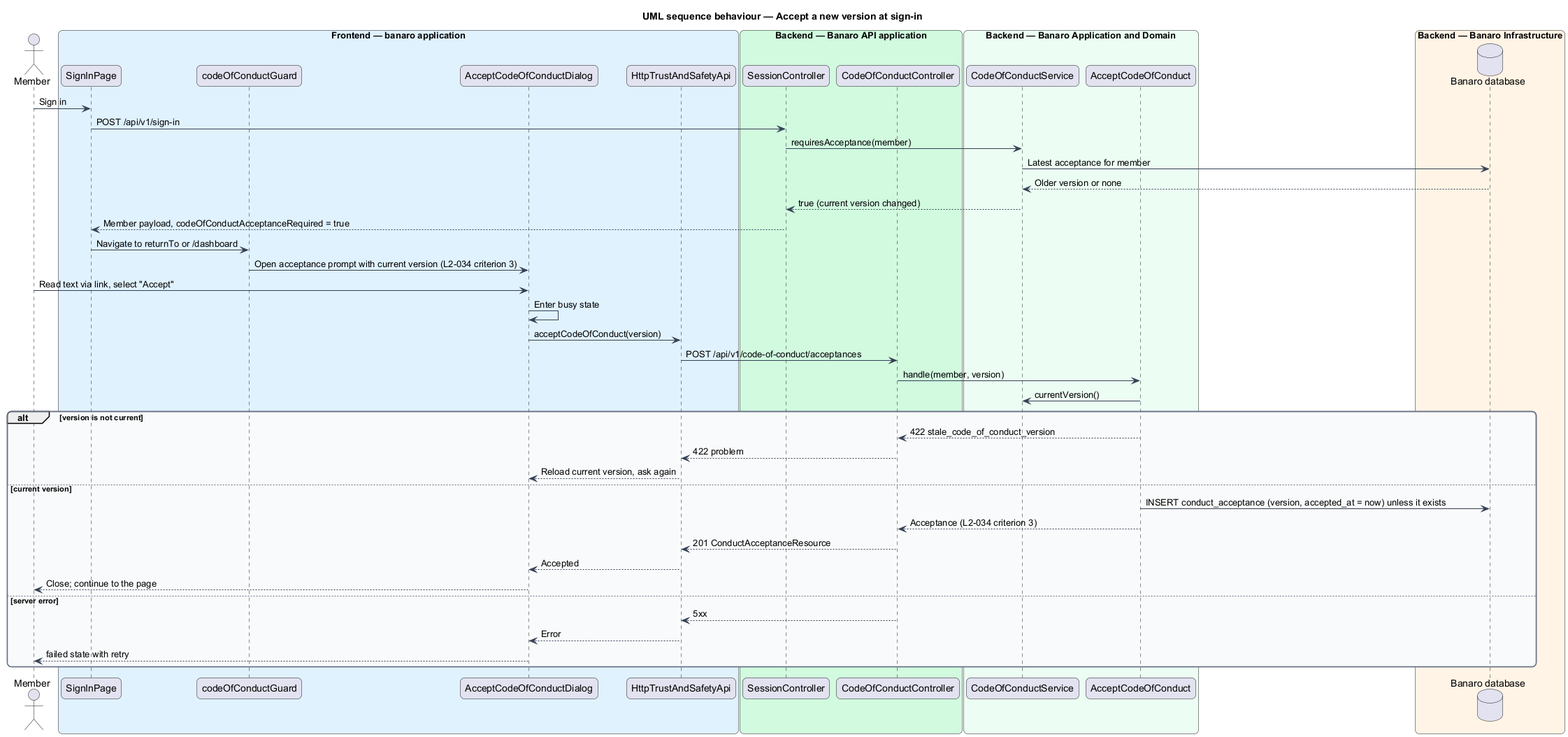
Above: docs/detailed-designs/trust-and-safety/accept-code-of-conduct/diagrams/sequence-accept-new-version.png in QuinntyneBrown/banaro (PlantUML), before the change. Source of this version:
```plantuml
@startuml
title UML sequence behaviour — Accept a new version at sign-in
skinparam backgroundColor #FFFFFF
skinparam shadowing false
skinparam roundcorner 12
skinparam defaultFontName Arial
skinparam ArrowColor #344054
skinparam rectangle {
  BorderColor #344054
  FontColor #101828
}
skinparam package {
  BorderColor #667085
  FontColor #101828
  BackgroundColor #F9FAFB
}
actor "Member" as actor
box "Frontend — banaro application" #E0F2FE
  participant "SignInPage" as signin
  participant "codeOfConductGuard" as guard
  participant "AcceptCodeOfConductDialog" as dialog
  participant "HttpTrustAndSafetyApi" as client
end box
box "Backend — Banaro API application" #D1FADF
  participant "SessionController" as session
  participant "CodeOfConductController" as controller
end box
box "Backend — Banaro Application and Domain" #ECFDF3
  participant "CodeOfConductService" as service
  participant "AcceptCodeOfConduct" as action
end box
box "Backend — Banaro Infrastructure" #FFF4E5
  database "Banaro database" as db
end box

actor -> signin : Sign in
signin -> session : POST /api/v1/sign-in
session -> service : requiresAcceptance(member)
service -> db : Latest acceptance for member
db --> service : Older version or none
service --> session : true (current version changed)
session --> signin : Member payload, codeOfConductAcceptanceRequired = true
signin -> guard : Navigate to returnTo or /dashboard
guard -> dialog : Open acceptance prompt with current version (L2-034 criterion 3)
actor -> dialog : Read text via link, select "Accept"
dialog -> dialog : Enter busy state
dialog -> client : acceptCodeOfConduct(version)
client -> controller : POST /api/v1/code-of-conduct/acceptances
controller -> action : handle(member, version)
action -> service : currentVersion()
alt version is not current
  action --> controller : 422 stale_code_of_conduct_version
  controller --> client : 422 problem
  client --> dialog : Reload current version, ask again
else current version
  action -> db : INSERT conduct_acceptance (version, accepted_at = now) unless it exists
  action --> controller : Acceptance (L2-034 criterion 3)
  controller --> client : 201 ConductAcceptanceResource
  client --> dialog : Accepted
  dialog --> actor : Close; continue to the page
else server error
  controller --> client : 5xx
  client --> dialog : Error
  dialog --> actor : failed state with retry
end
@enduml
```
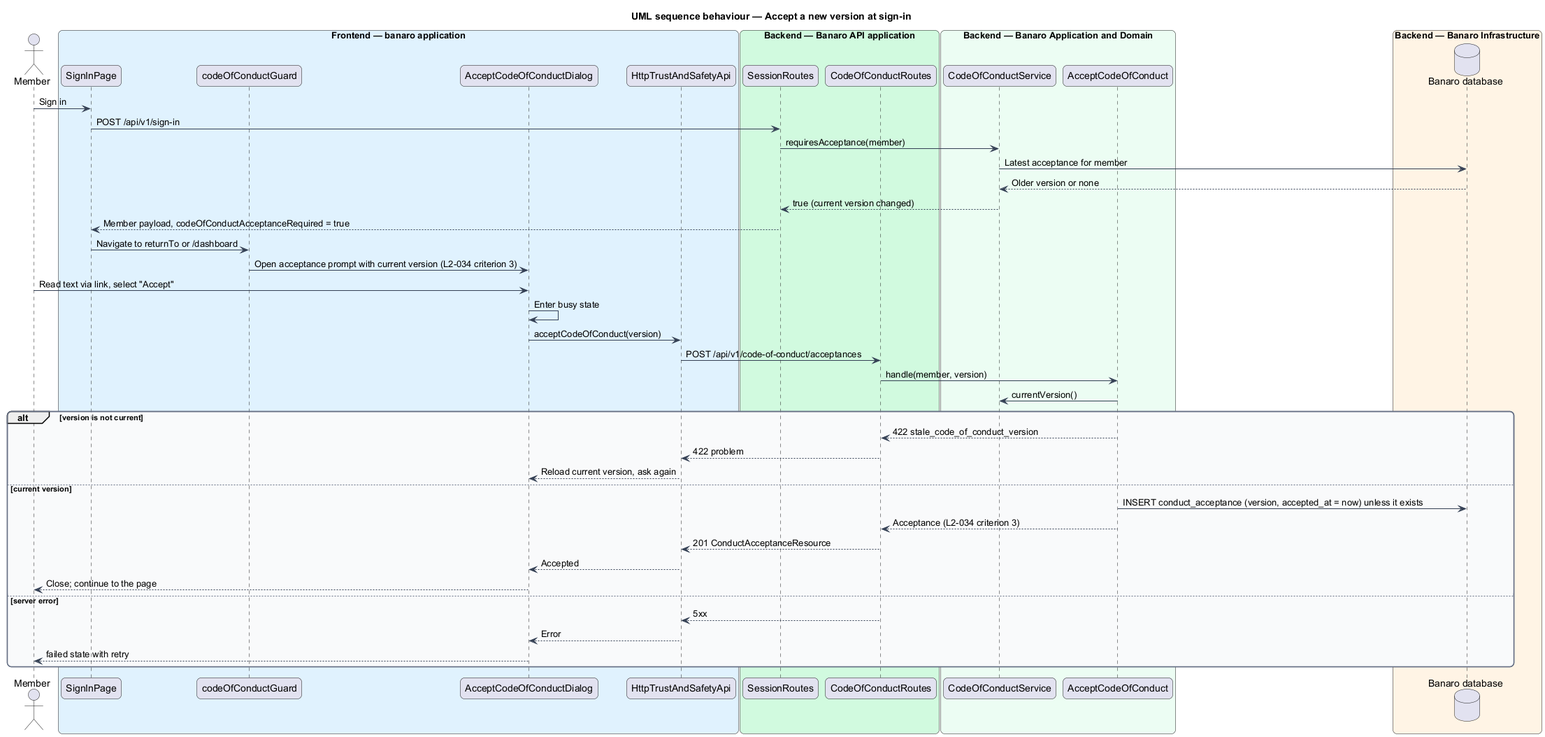
Later version of the same file.

Diff of the diagram source:
```diff
@@ -22,8 +22,8 @@
   participant "HttpTrustAndSafetyApi" as client
 end box
 box "Backend — Banaro API application" #D1FADF
-  participant "SessionController" as session
-  participant "CodeOfConductController" as controller
+  participant "SessionRoutes" as session
+  participant "CodeOfConductRoutes" as controller
 end box
 box "Backend — Banaro Application and Domain" #ECFDF3
   participant "CodeOfConductService" as service
```
